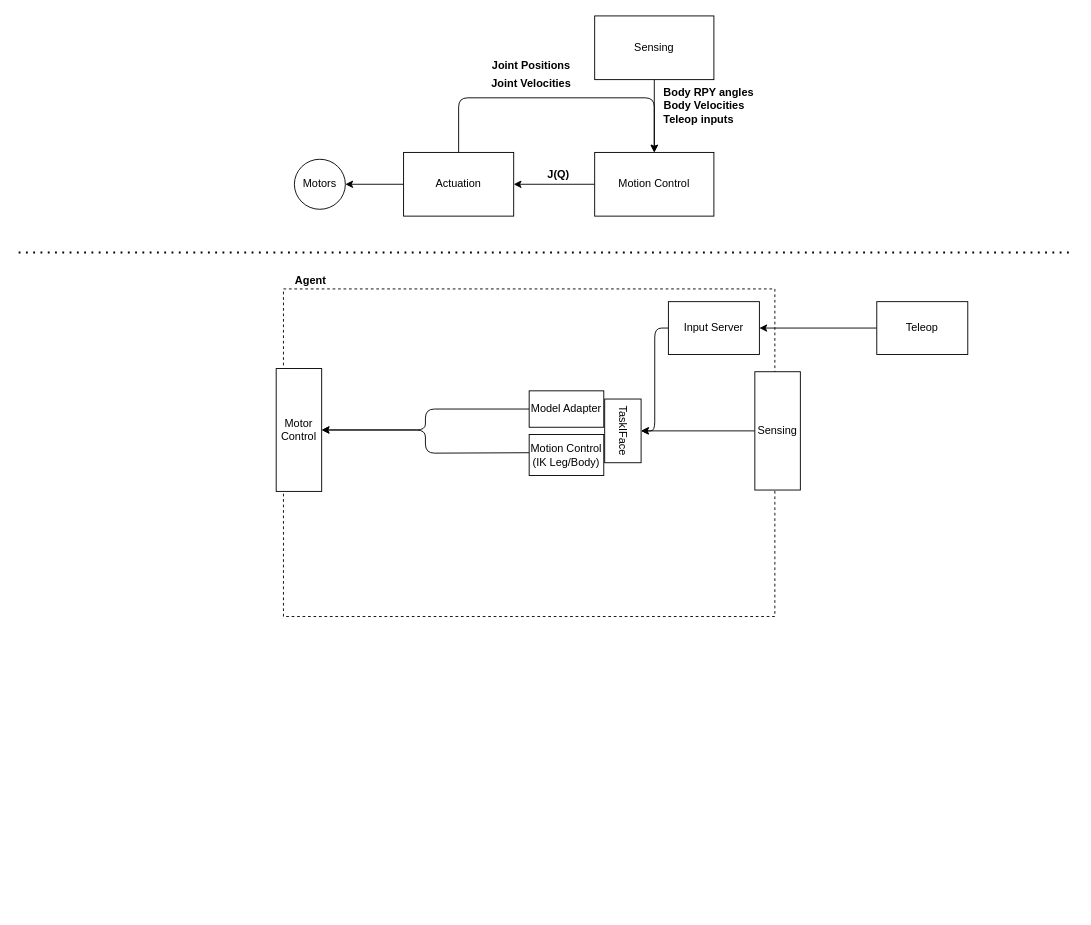
This is docs/architecture.drawio from MockaSort-Studio/ADP8, a draw.io file, before an edit. Source tidied: cells renumbered, new cells numbered last; positions are measured from the earlier drawing's top-left corner, leaving out a move shared by most shapes. Both pictures are drawn from the tidied source at 91%, with x=0, y=0 at pixel (18, 15).
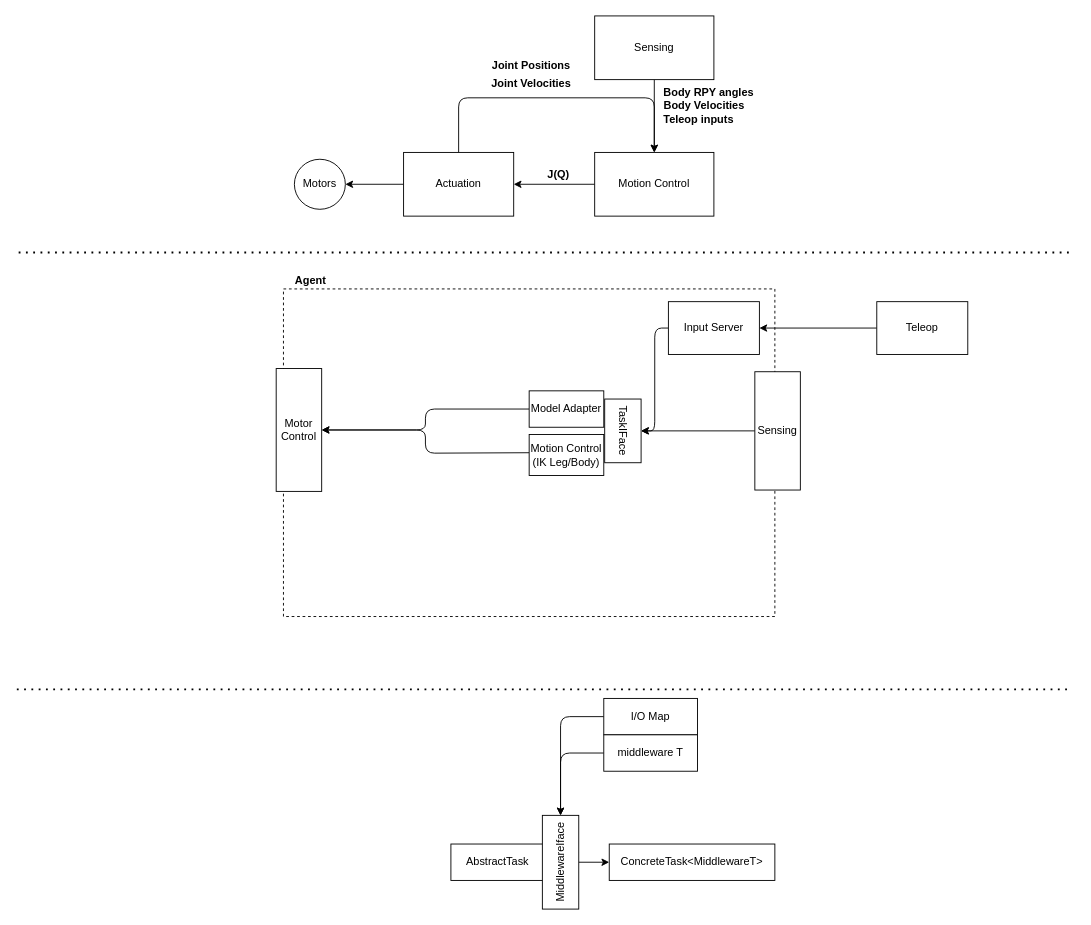
The same diagram, later.

The edit, as a diff of the source:
```diff
@@
+    <mxCell id="31" style="endArrow=none;dashed=1;html=1;dashPattern=1 3;strokeWidth=2;" parent="1" edge="1">
+      <mxGeometry relative="1" as="geometry">
+        <mxPoint x="-2" y="740" as="sourcePoint" />
+        <mxPoint x="1158" y="740" as="targetPoint" />
+      </mxGeometry>
+    </mxCell>
+    <mxCell id="32" value="AbstractTask" style="rounded=0;whiteSpace=wrap;html=1;" parent="1" vertex="1">
+      <mxGeometry x="475" y="910" width="103" height="40" as="geometry" />
+    </mxCell>
+    <mxCell id="33" style="edgeStyle=orthogonalEdgeStyle;html=1;exitX=0.5;exitY=1;exitDx=0;exitDy=0;entryX=0;entryY=0.5;entryDx=0;entryDy=0;" parent="1" edge="1" source="34" target="39">
+      <mxGeometry relative="1" as="geometry" />
+    </mxCell>
+    <mxCell id="34" value="MiddlewareIface" style="rounded=0;whiteSpace=wrap;html=1;rotation=-90;" parent="1" vertex="1">
+      <mxGeometry x="544" y="910" width="103" height="40" as="geometry" />
+    </mxCell>
+    <mxCell id="35" style="edgeStyle=orthogonalEdgeStyle;html=1;exitX=0;exitY=0.5;exitDx=0;exitDy=0;entryX=1;entryY=0.5;entryDx=0;entryDy=0;" parent="1" edge="1" source="36" target="34">
+      <mxGeometry relative="1" as="geometry" />
+    </mxCell>
+    <mxCell id="36" value="I/O Map" style="rounded=0;whiteSpace=wrap;html=1;" parent="1" vertex="1">
+      <mxGeometry x="643" y="750" width="103" height="40" as="geometry" />
+    </mxCell>
+    <mxCell id="37" style="edgeStyle=orthogonalEdgeStyle;html=1;exitX=0;exitY=0.5;exitDx=0;exitDy=0;entryX=1;entryY=0.5;entryDx=0;entryDy=0;" parent="1" edge="1" source="38" target="34">
+      <mxGeometry relative="1" as="geometry" />
+    </mxCell>
+    <mxCell id="38" value="middleware T" style="rounded=0;whiteSpace=wrap;html=1;" parent="1" vertex="1">
+      <mxGeometry x="643" y="790" width="103" height="40" as="geometry" />
+    </mxCell>
+    <mxCell id="39" value="ConcreteTask&amp;lt;MiddlewareT&amp;gt;" style="rounded=0;whiteSpace=wrap;html=1;" parent="1" vertex="1">
+      <mxGeometry x="649" y="910" width="182" height="40" as="geometry" />
+    </mxCell>
```
